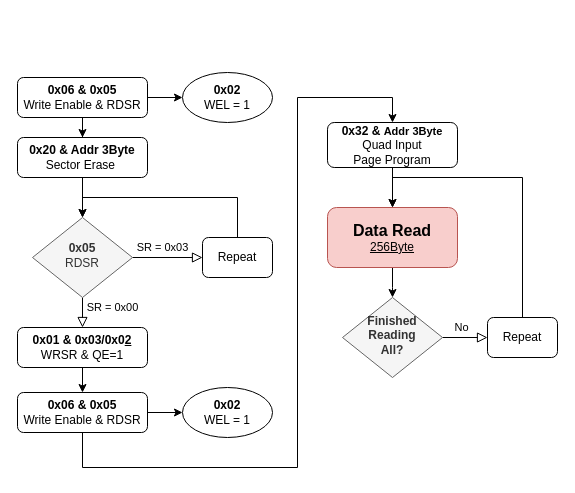
Earlier version of the draw.io diagram Copy of Untitled Diagram.drawio (ssafy-web-project-weather/Repo). Source tidied: cells renumbered, new cells numbered last; positions are measured from the earlier drawing's top-left corner, leaving out a move shared by most shapes. Both pictures are drawn from the tidied source at 100%, with x=0, y=0 at pixel (17, 72).
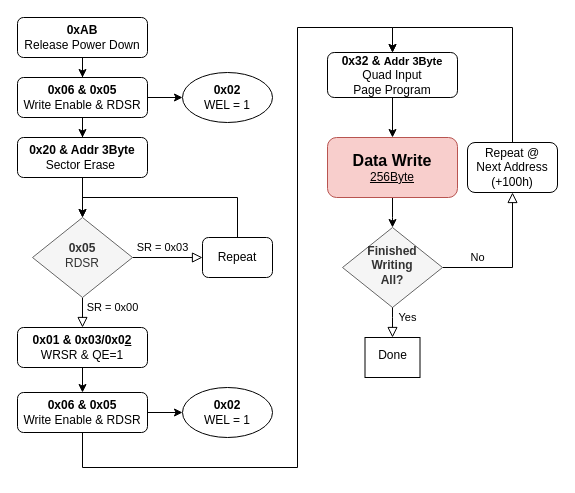
Above is the later version.

Unchanged cells that the change refers to:
```xml
<mxCell id="4" value="&lt;b&gt;0x06 &amp;amp; 0x05&lt;br&gt;&lt;/b&gt;Write Enable &amp;amp; RDSR" style="rounded=1;whiteSpace=wrap;html=1;fontSize=12;glass=0;strokeWidth=1;shadow=0;" parent="1" vertex="1">
  <mxGeometry y="5" width="130" height="40" as="geometry" />
</mxCell>
<mxCell id="19" value="&lt;b&gt;0x06 &amp;amp; 0x05&lt;br&gt;&lt;/b&gt;Write Enable &amp;amp; RDSR" style="rounded=1;whiteSpace=wrap;html=1;fontSize=12;glass=0;strokeWidth=1;shadow=0;" parent="1" vertex="1">
  <mxGeometry y="320" width="130" height="40" as="geometry" />
</mxCell>
```

Change to the diagram source:
```diff
@@
     <mxCell id="7" style="edgeStyle=orthogonalEdgeStyle;rounded=0;jettySize=auto;html=1;fontSize=11;" parent="1" edge="1" source="8">
       <mxGeometry relative="1" as="geometry">
-        <mxPoint x="375" y="225" as="targetPoint" />
+        <mxPoint x="375" y="155" as="targetPoint" />
       </mxGeometry>
     </mxCell>
-    <mxCell id="8" value="&lt;b style=&quot;font-size: 16px&quot;&gt;Data Read&lt;br&gt;&lt;/b&gt;&lt;u&gt;256Byte&lt;/u&gt;" style="whiteSpace=wrap;html=1;rounded=1;shadow=0;strokeWidth=1;glass=0;fillColor=#f8cecc;strokeColor=#b85450;" parent="1" vertex="1">
-      <mxGeometry x="310" y="135" width="130" height="60" as="geometry" />
+    <mxCell id="8" value="&lt;b style=&quot;font-size: 16px&quot;&gt;Data Write&lt;br&gt;&lt;/b&gt;&lt;u&gt;256Byte&lt;/u&gt;" style="whiteSpace=wrap;html=1;rounded=1;shadow=0;strokeWidth=1;glass=0;fillColor=#f8cecc;strokeColor=#b85450;" parent="1" vertex="1">
+      <mxGeometry x="310" y="65" width="130" height="60" as="geometry" />
     </mxCell>
@@
     <mxCell id="18" style="edgeStyle=orthogonalEdgeStyle;rounded=0;jettySize=auto;html=1;entryX=0.5;entryY=0;entryDx=0;entryDy=0;exitX=0.5;exitY=1;exitDx=0;exitDy=0;" parent="1" edge="1" source="19" target="22">
       <mxGeometry relative="1" as="geometry">
         <Array as="points">
           <mxPoint x="65" y="395" />
           <mxPoint x="280" y="395" />
-          <mxPoint x="280" y="25" />
-          <mxPoint x="375" y="25" />
+          <mxPoint x="280" y="-45" />
+          <mxPoint x="375" y="-45" />
         </Array>
       </mxGeometry>
     </mxCell>
@@
     <mxCell id="22" value="&lt;b&gt;0x32 &amp;amp; &lt;font style=&quot;font-size: 11px&quot;&gt;Addr 3Byte&lt;/font&gt;&lt;/b&gt;&lt;br&gt;Quad Input&lt;br&gt;Page Program" style="rounded=1;whiteSpace=wrap;html=1;fontSize=12;glass=0;strokeWidth=1;shadow=0;" parent="1" vertex="1">
-      <mxGeometry x="310" y="50" width="130" height="45" as="geometry" />
+      <mxGeometry x="310" y="-20" width="130" height="45" as="geometry" />
     </mxCell>
     <mxCell id="23" value="No" style="edgeStyle=orthogonalEdgeStyle;rounded=0;html=1;jettySize=auto;fontSize=11;endArrow=block;endFill=0;endSize=8;strokeWidth=1;shadow=0;labelBackgroundColor=none;" parent="1" edge="1" source="24" target="26">
-      <mxGeometry x="-0.14" y="10" relative="1" as="geometry" />
+      <mxGeometry x="-0.52" y="10" relative="1" as="geometry" />
     </mxCell>
-    <mxCell id="24" value="&lt;b&gt;Finished Reading&lt;br&gt;All?&lt;br&gt;&lt;/b&gt;" style="rhombus;whiteSpace=wrap;html=1;shadow=0;fontFamily=Helvetica;fontSize=12;align=center;strokeWidth=1;spacing=6;spacingTop=-4;fillColor=#f5f5f5;fontColor=#333333;strokeColor=#666666;" parent="1" vertex="1">
-      <mxGeometry x="325" y="225" width="100" height="80" as="geometry" />
+    <mxCell id="24" value="&lt;b&gt;Finished Writing&lt;br&gt;All?&lt;br&gt;&lt;/b&gt;" style="rhombus;whiteSpace=wrap;html=1;shadow=0;fontFamily=Helvetica;fontSize=12;align=center;strokeWidth=1;spacing=6;spacingTop=-4;fillColor=#f5f5f5;fontColor=#333333;strokeColor=#666666;" parent="1" vertex="1">
+      <mxGeometry x="325" y="155" width="100" height="80" as="geometry" />
     </mxCell>
-    <mxCell id="25" style="edgeStyle=orthogonalEdgeStyle;rounded=0;jettySize=auto;html=1;entryX=0.5;entryY=0;entryDx=0;entryDy=0;fontSize=11;exitX=0.5;exitY=0;exitDx=0;exitDy=0;" parent="1" edge="1" source="26" target="8">
-      <mxGeometry relative="1" as="geometry">
-        <Array as="points">
-          <mxPoint x="505" y="105" />
-          <mxPoint x="375" y="105" />
-        </Array>
-      </mxGeometry>
-    </mxCell>
+    <mxCell id="27" style="edgeStyle=orthogonalEdgeStyle;rounded=0;jettySize=auto;html=1;entryX=0.5;entryY=0;entryDx=0;entryDy=0;exitX=0.5;exitY=0;exitDx=0;exitDy=0;" parent="1" edge="1" source="26" target="22">
+      <mxGeometry relative="1" as="geometry">
+        <Array as="points">
+          <mxPoint x="495" y="-45" />
+          <mxPoint x="375" y="-45" />
+        </Array>
+      </mxGeometry>
+    </mxCell>
-    <mxCell id="26" value="Repeat" style="rounded=1;whiteSpace=wrap;html=1;fontSize=12;glass=0;strokeWidth=1;shadow=0;" parent="1" vertex="1">
-      <mxGeometry x="470" y="245" width="70" height="40" as="geometry" />
+    <mxCell id="26" value="Repeat @&lt;br&gt;Next Address (+100h)" style="rounded=1;whiteSpace=wrap;html=1;fontSize=12;glass=0;strokeWidth=1;shadow=0;" parent="1" vertex="1">
+      <mxGeometry x="450" y="70" width="90" height="50" as="geometry" />
     </mxCell>
+    <mxCell id="28" value="Done" style="whiteSpace=wrap;html=1;shadow=0;strokeWidth=1;spacing=6;spacingTop=-4;" parent="1" vertex="1">
+      <mxGeometry x="347.5" y="265" width="55" height="40" as="geometry" />
+    </mxCell>
+    <mxCell id="29" style="edgeStyle=orthogonalEdgeStyle;rounded=0;jettySize=auto;html=1;entryX=0.5;entryY=0;entryDx=0;entryDy=0;" parent="1" edge="1" source="30" target="4">
+      <mxGeometry relative="1" as="geometry" />
+    </mxCell>
+    <mxCell id="30" value="&lt;b&gt;0xAB&lt;br&gt;&lt;/b&gt;Release Power Down" style="rounded=1;whiteSpace=wrap;html=1;fontSize=12;glass=0;strokeWidth=1;shadow=0;" parent="1" vertex="1">
+      <mxGeometry y="-55" width="130" height="40" as="geometry" />
+    </mxCell>
+    <mxCell id="31" value="Yes" style="rounded=0;html=1;jettySize=auto;fontSize=11;endArrow=block;endFill=0;endSize=8;strokeWidth=1;shadow=0;labelBackgroundColor=none;edgeStyle=orthogonalEdgeStyle;entryX=0.5;entryY=0;entryDx=0;entryDy=0;exitX=0.5;exitY=1;exitDx=0;exitDy=0;" parent="1" edge="1" source="24" target="28">
+      <mxGeometry x="-0.33" y="15" relative="1" as="geometry">
+        <Array as="points">
+          <mxPoint x="375" y="245" />
+          <mxPoint x="375" y="245" />
+        </Array>
+      </mxGeometry>
+    </mxCell>
```
